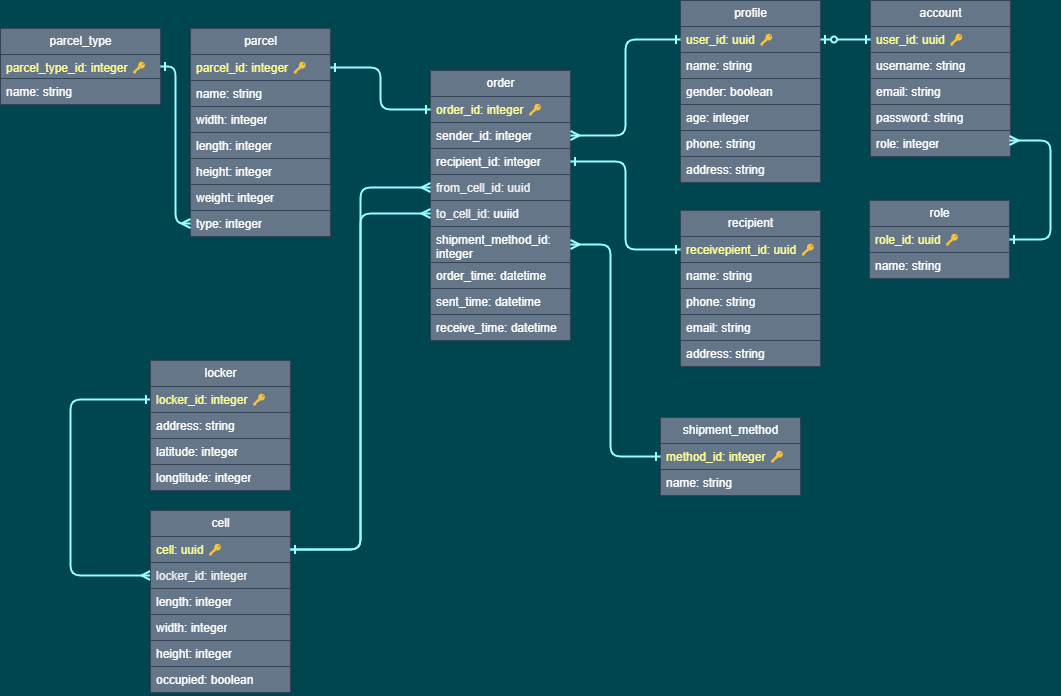
Earlier version of the draw.io export UML.drawio.png (chauanphu/be-parcel-locker). Source tidied: cells renumbered, new cells last; positions are measured from the earlier drawing's top-left corner, leaving out a move shared by most shapes.
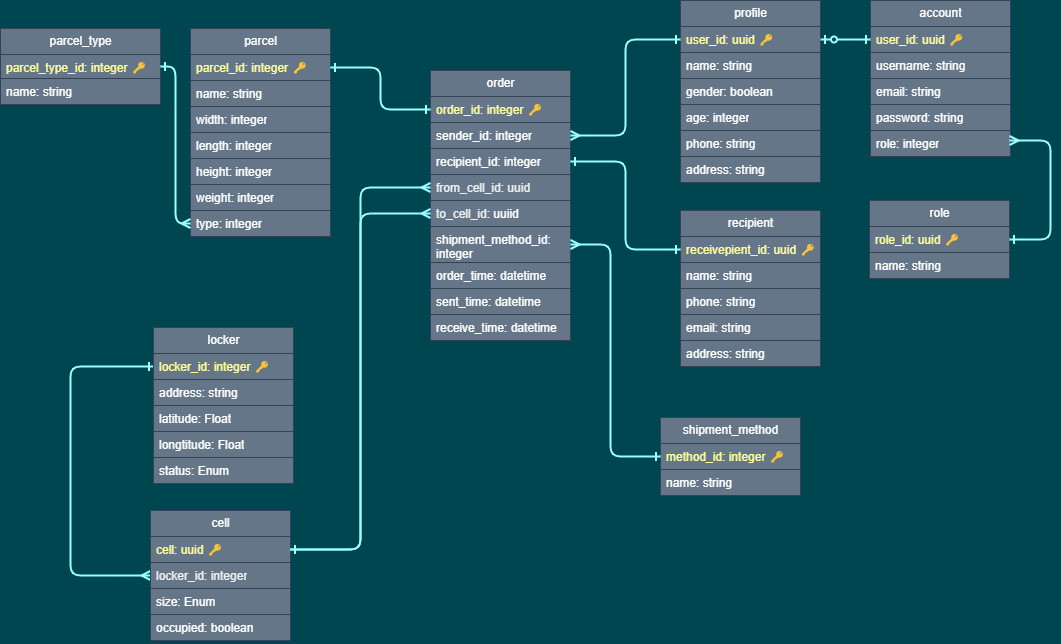
The same diagram one commit later.

What changed in the source:
```diff
@@ -85,7 +85,7 @@
       </mxGeometry>
     </mxCell>
     <mxCell id="28" value="locker" style="swimlane;fontStyle=0;horizontal=1;startSize=26;fillColor=#647687;html=1;fontColor=#ffffff;strokeColor=#314354;" parent="1" vertex="1">
-      <mxGeometry x="150" y="360" width="140" height="130" as="geometry" />
+      <mxGeometry x="153" y="327" width="140" height="130" as="geometry" />
     </mxCell>
     <mxCell id="29" value="&lt;font color=&quot;#ffff99&quot;&gt;locker_id: integer&amp;nbsp;&lt;/font&gt;&lt;span style=&quot;color: rgb(255, 255, 153);&quot;&gt;🔑&lt;/span&gt;" style="text;strokeColor=#314354;fillColor=#647687;align=left;verticalAlign=top;spacingLeft=4;spacingRight=4;overflow=hidden;points=[[0,0.5],[1,0.5]];portConstraint=eastwest;whiteSpace=wrap;html=1;fontColor=#ffffff;" parent="28" vertex="1">
       <mxGeometry y="26" width="140" height="26" as="geometry" />
@@ -93,10 +93,10 @@
     <mxCell id="30" value="address: string" style="text;strokeColor=#314354;fillColor=#647687;align=left;verticalAlign=top;spacingLeft=4;spacingRight=4;overflow=hidden;whiteSpace=wrap;html=1;fontColor=#ffffff;" parent="28" vertex="1">
       <mxGeometry y="52" width="140" height="26" as="geometry" />
     </mxCell>
-    <mxCell id="31" value="latitude: integer" style="text;strokeColor=#314354;fillColor=#647687;align=left;verticalAlign=top;spacingLeft=4;spacingRight=4;overflow=hidden;whiteSpace=wrap;html=1;fontColor=#ffffff;" parent="28" vertex="1">
+    <mxCell id="31" value="latitude: Float" style="text;strokeColor=#314354;fillColor=#647687;align=left;verticalAlign=top;spacingLeft=4;spacingRight=4;overflow=hidden;whiteSpace=wrap;html=1;fontColor=#ffffff;" parent="28" vertex="1">
       <mxGeometry y="78" width="140" height="26" as="geometry" />
     </mxCell>
-    <mxCell id="32" value="longtitude: integer" style="text;strokeColor=#314354;fillColor=#647687;align=left;verticalAlign=top;spacingLeft=4;spacingRight=4;overflow=hidden;whiteSpace=wrap;html=1;fontColor=#ffffff;" parent="28" vertex="1">
+    <mxCell id="32" value="longtitude: Float" style="text;strokeColor=#314354;fillColor=#647687;align=left;verticalAlign=top;spacingLeft=4;spacingRight=4;overflow=hidden;whiteSpace=wrap;html=1;fontColor=#ffffff;" parent="28" vertex="1">
       <mxGeometry y="104" width="140" height="26" as="geometry" />
     </mxCell>
     <mxCell id="33" style="edgeStyle=orthogonalEdgeStyle;html=1;exitX=1;exitY=0.5;exitDx=0;exitDy=0;entryX=0;entryY=0.5;entryDx=0;entryDy=0;startArrow=ERone;startFill=0;endArrow=ERone;endFill=0;fillColor=#647687;strokeColor=#99FFFF;strokeWidth=2;" parent="1" edge="1" source="3" target="18">
@@ -115,7 +115,7 @@
       <mxGeometry y="52" width="140" height="26" as="geometry" />
     </mxCell>
     <mxCell id="38" value="cell" style="swimlane;fontStyle=0;horizontal=1;startSize=26;fillColor=#647687;html=1;fontColor=#ffffff;strokeColor=#314354;" parent="1" vertex="1">
-      <mxGeometry x="150" y="510" width="140" height="182" as="geometry" />
+      <mxGeometry x="150" y="510" width="140" height="130" as="geometry" />
     </mxCell>
     <mxCell id="39" value="&lt;font color=&quot;#ffff99&quot;&gt;cell: uuid&amp;nbsp;&lt;/font&gt;&lt;span style=&quot;color: rgb(255, 255, 153);&quot;&gt;🔑&lt;/span&gt;" style="text;strokeColor=#314354;fillColor=#647687;align=left;verticalAlign=top;spacingLeft=4;spacingRight=4;overflow=hidden;points=[[0,0.5],[1,0.5]];portConstraint=eastwest;whiteSpace=wrap;html=1;fontColor=#ffffff;" parent="38" vertex="1">
       <mxGeometry y="26" width="140" height="26" as="geometry" />
@@ -123,17 +123,11 @@
     <mxCell id="40" value="&lt;font color=&quot;#f0f0f0&quot;&gt;locker_id: integer&lt;/font&gt;" style="text;strokeColor=#314354;fillColor=#647687;align=left;verticalAlign=top;spacingLeft=4;spacingRight=4;overflow=hidden;points=[[0,0.5],[1,0.5]];portConstraint=eastwest;whiteSpace=wrap;html=1;fontColor=#ffffff;" parent="38" vertex="1">
       <mxGeometry y="52" width="140" height="26" as="geometry" />
     </mxCell>
-    <mxCell id="41" value="length: integer" style="text;strokeColor=#314354;fillColor=#647687;align=left;verticalAlign=top;spacingLeft=4;spacingRight=4;overflow=hidden;whiteSpace=wrap;html=1;fontColor=#ffffff;" parent="38" vertex="1">
+    <mxCell id="41" value="size: Enum" style="text;strokeColor=#314354;fillColor=#647687;align=left;verticalAlign=top;spacingLeft=4;spacingRight=4;overflow=hidden;whiteSpace=wrap;html=1;fontColor=#ffffff;" parent="38" vertex="1">
       <mxGeometry y="78" width="140" height="26" as="geometry" />
     </mxCell>
-    <mxCell id="42" value="width: integer" style="text;strokeColor=#314354;fillColor=#647687;align=left;verticalAlign=top;spacingLeft=4;spacingRight=4;overflow=hidden;whiteSpace=wrap;html=1;fontColor=#ffffff;" parent="38" vertex="1">
-      <mxGeometry y="104" width="140" height="26" as="geometry" />
-    </mxCell>
-    <mxCell id="43" value="height: integer" style="text;strokeColor=#314354;fillColor=#647687;align=left;verticalAlign=top;spacingLeft=4;spacingRight=4;overflow=hidden;whiteSpace=wrap;html=1;fontColor=#ffffff;" parent="38" vertex="1">
-      <mxGeometry y="130" width="140" height="26" as="geometry" />
-    </mxCell>
     <mxCell id="44" value="occupied: boolean" style="text;strokeColor=#314354;fillColor=#647687;align=left;verticalAlign=top;spacingLeft=4;spacingRight=4;overflow=hidden;whiteSpace=wrap;html=1;fontColor=#ffffff;" parent="38" vertex="1">
-      <mxGeometry y="156" width="140" height="26" as="geometry" />
+      <mxGeometry y="104" width="140" height="26" as="geometry" />
     </mxCell>
     <mxCell id="45" style="edgeStyle=orthogonalEdgeStyle;html=1;exitX=1;exitY=0.5;exitDx=0;exitDy=0;strokeColor=#99FFFF;strokeWidth=2;fontColor=#F0F0F0;startArrow=ERone;startFill=0;endArrow=ERmany;endFill=0;entryX=0;entryY=0.5;entryDx=0;entryDy=0;" parent="1" edge="1" source="39" target="21">
       <mxGeometry relative="1" as="geometry" />
@@ -221,5 +215,8 @@
         </Array>
       </mxGeometry>
     </mxCell>
+    <mxCell id="70" value="status: Enum" style="text;strokeColor=#314354;fillColor=#647687;align=left;verticalAlign=top;spacingLeft=4;spacingRight=4;overflow=hidden;whiteSpace=wrap;html=1;fontColor=#ffffff;" parent="1" vertex="1">
+      <mxGeometry x="153" y="457" width="140" height="26" as="geometry" />
+    </mxCell>
   </root>
 </mxGraphModel>
```
